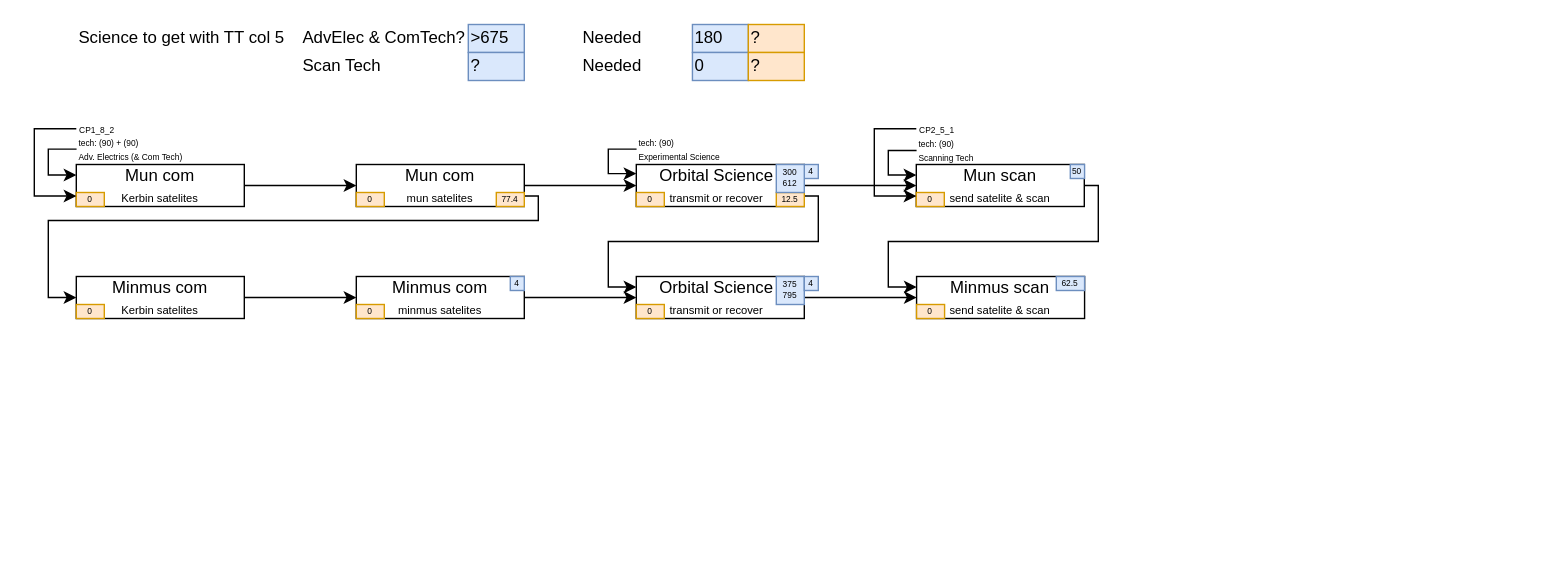
SaphireFalcon/real_career keeps this draw.io diagram as doc/CP4 contracts.drawio. Above is the earlier version. Source tidied: cells renumbered, new cells numbered last; positions are measured from the earlier drawing's top-left corner, leaving out a move shared by most shapes. Both pictures are drawn from the tidied source at 140%, with x=0, y=0 at pixel (34, 24).
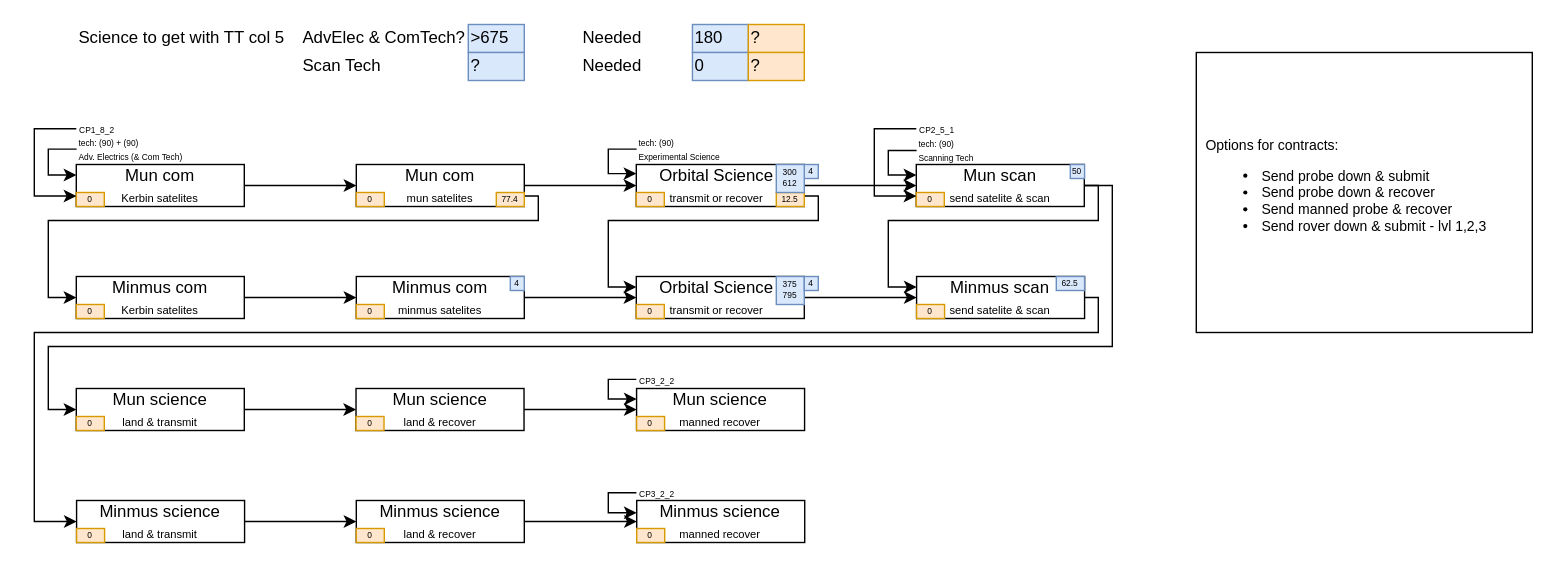
After the change.

The change refers to these unchanged cells:
```xml
<mxCell id="19" value="Orbital Science&lt;br&gt;&lt;span style=&quot;font-size: 8px&quot;&gt;transmit or recover&lt;/span&gt;" style="rounded=0;whiteSpace=wrap;html=1;spacingLeft=-5;" parent="1" vertex="1">
  <mxGeometry x="430" y="100" width="120" height="30" as="geometry" />
</mxCell>
<mxCell id="22" value="Orbital Science&lt;br&gt;&lt;span style=&quot;font-size: 8px&quot;&gt;transmit or recover&lt;/span&gt;" style="rounded=0;whiteSpace=wrap;html=1;spacingLeft=-5;" parent="1" vertex="1">
  <mxGeometry x="430" y="180" width="120" height="30" as="geometry" />
</mxCell>
<mxCell id="25" value="Mun scan&lt;br&gt;&lt;span style=&quot;font-size: 8px&quot;&gt;send satelite &amp;amp; scan&lt;/span&gt;" style="rounded=0;whiteSpace=wrap;html=1;" parent="1" vertex="1">
  <mxGeometry x="630" y="100" width="120" height="30" as="geometry" />
</mxCell>
<mxCell id="29" value="Minmus scan&lt;br&gt;&lt;span style=&quot;font-size: 8px&quot;&gt;send satelite &amp;amp; scan&lt;/span&gt;" style="rounded=0;whiteSpace=wrap;html=1;" parent="1" vertex="1">
  <mxGeometry x="630.2" y="180" width="120" height="30" as="geometry" />
</mxCell>
```

Diff of the diagram source:
```diff
@@
     <mxCell id="18" style="edgeStyle=orthogonalEdgeStyle;rounded=0;jettySize=auto;html=1;exitX=1;exitY=0.75;exitDx=0;exitDy=0;entryX=0;entryY=0.25;entryDx=0;entryDy=0;" parent="1" edge="1" source="19" target="22">
       <mxGeometry relative="1" as="geometry">
         <Array as="points">
           <mxPoint x="560" y="123" />
-          <mxPoint x="560" y="155" />
-          <mxPoint x="410" y="155" />
+          <mxPoint x="560" y="140" />
+          <mxPoint x="410" y="140" />
           <mxPoint x="410" y="187" />
         </Array>
       </mxGeometry>
     </mxCell>
@@
     <mxCell id="24" style="edgeStyle=orthogonalEdgeStyle;rounded=0;jettySize=auto;html=1;exitX=1;exitY=0.5;exitDx=0;exitDy=0;entryX=0;entryY=0.25;entryDx=0;entryDy=0;" parent="1" edge="1" source="25" target="29">
       <mxGeometry relative="1" as="geometry">
         <Array as="points">
           <mxPoint x="760" y="115" />
-          <mxPoint x="760" y="155" />
-          <mxPoint x="610" y="155" />
+          <mxPoint x="760" y="140" />
+          <mxPoint x="610" y="140" />
           <mxPoint x="610" y="187" />
         </Array>
       </mxGeometry>
     </mxCell>
+    <mxCell id="57" style="edgeStyle=orthogonalEdgeStyle;rounded=0;jettySize=auto;html=1;exitX=1;exitY=0.5;exitDx=0;exitDy=0;entryX=0;entryY=0.5;entryDx=0;entryDy=0;" parent="1" edge="1" source="25" target="64">
+      <mxGeometry relative="1" as="geometry">
+        <Array as="points">
+          <mxPoint x="770" y="115" />
+          <mxPoint x="770" y="230" />
+          <mxPoint x="10" y="230" />
+          <mxPoint x="10" y="275" />
+        </Array>
+      </mxGeometry>
+    </mxCell>
@@
+    <mxCell id="58" style="edgeStyle=orthogonalEdgeStyle;rounded=0;jettySize=auto;html=1;exitX=1;exitY=0.5;exitDx=0;exitDy=0;entryX=0;entryY=0.5;entryDx=0;entryDy=0;" parent="1" edge="1" source="29" target="61">
+      <mxGeometry relative="1" as="geometry">
+        <Array as="points">
+          <mxPoint x="760" y="195" />
+          <mxPoint x="760" y="220" />
+          <mxPoint y="220" />
+          <mxPoint y="355" />
+        </Array>
+      </mxGeometry>
+    </mxCell>
@@
+    <mxCell id="59" value="&lt;font style=&quot;font-size: 10px&quot;&gt;Options for contracts:&lt;br style=&quot;font-size: 10px&quot;&gt;&lt;/font&gt;&lt;ul style=&quot;font-size: 10px&quot;&gt;&lt;li style=&quot;font-size: 10px&quot;&gt;Send probe down &amp;amp; submit&lt;/li&gt;&lt;li style=&quot;font-size: 10px&quot;&gt;Send probe down &amp;amp; recover&lt;/li&gt;&lt;li&gt;Send manned probe &amp;amp; recover&lt;/li&gt;&lt;li&gt;Send rover down &amp;amp; submit - lvl 1,2,3&lt;/li&gt;&lt;/ul&gt;" style="rounded=0;whiteSpace=wrap;html=1;align=left;fontSize=10;spacingLeft=5;" parent="1" vertex="1">
+      <mxGeometry x="830" y="20" width="240" height="200" as="geometry" />
+    </mxCell>
+    <mxCell id="60" style="edgeStyle=orthogonalEdgeStyle;rounded=0;jettySize=auto;html=1;exitX=1;exitY=0.5;exitDx=0;exitDy=0;entryX=0;entryY=0.5;entryDx=0;entryDy=0;" parent="1" edge="1" source="61" target="67">
+      <mxGeometry relative="1" as="geometry" />
+    </mxCell>
+    <mxCell id="61" value="Minmus science&lt;br&gt;&lt;span style=&quot;font-size: 8px&quot;&gt;land &amp;amp; transmit&lt;/span&gt;" style="rounded=0;whiteSpace=wrap;html=1;" parent="1" vertex="1">
+      <mxGeometry x="30.2" y="340" width="120" height="30" as="geometry" />
+    </mxCell>
+    <mxCell id="62" value="0" style="text;html=1;strokeColor=#d79b00;fillColor=#ffe6cc;align=center;verticalAlign=middle;whiteSpace=wrap;rounded=0;fontSize=6;" parent="1" vertex="1">
+      <mxGeometry x="30.2" y="360" width="20" height="10" as="geometry" />
+    </mxCell>
+    <mxCell id="63" style="edgeStyle=orthogonalEdgeStyle;rounded=0;jettySize=auto;html=1;exitX=1;exitY=0.5;exitDx=0;exitDy=0;entryX=0;entryY=0.5;entryDx=0;entryDy=0;" parent="1" edge="1" source="64" target="70">
+      <mxGeometry relative="1" as="geometry" />
+    </mxCell>
+    <mxCell id="64" value="Mun science&lt;br&gt;&lt;span style=&quot;font-size: 8px&quot;&gt;land &amp;amp; transmit&lt;/span&gt;" style="rounded=0;whiteSpace=wrap;html=1;" parent="1" vertex="1">
+      <mxGeometry x="30" y="260" width="120" height="30" as="geometry" />
+    </mxCell>
+    <mxCell id="65" value="0" style="text;html=1;strokeColor=#d79b00;fillColor=#ffe6cc;align=center;verticalAlign=middle;whiteSpace=wrap;rounded=0;fontSize=6;" parent="1" vertex="1">
+      <mxGeometry x="30" y="280" width="20" height="10" as="geometry" />
+    </mxCell>
+    <mxCell id="66" style="edgeStyle=orthogonalEdgeStyle;rounded=0;jettySize=auto;html=1;exitX=1;exitY=0.5;exitDx=0;exitDy=0;entryX=0;entryY=0.5;entryDx=0;entryDy=0;" parent="1" edge="1" source="67" target="72">
+      <mxGeometry relative="1" as="geometry" />
+    </mxCell>
+    <mxCell id="67" value="Minmus science&lt;br&gt;&lt;span style=&quot;font-size: 8px&quot;&gt;land &amp;amp; recover&lt;/span&gt;" style="rounded=0;whiteSpace=wrap;html=1;" parent="1" vertex="1">
+      <mxGeometry x="230" y="340" width="120" height="30" as="geometry" />
+    </mxCell>
+    <mxCell id="68" value="0" style="text;html=1;strokeColor=#d79b00;fillColor=#ffe6cc;align=center;verticalAlign=middle;whiteSpace=wrap;rounded=0;fontSize=6;" parent="1" vertex="1">
+      <mxGeometry x="230" y="360" width="20" height="10" as="geometry" />
+    </mxCell>
+    <mxCell id="69" style="edgeStyle=orthogonalEdgeStyle;rounded=0;jettySize=auto;html=1;exitX=1;exitY=0.5;exitDx=0;exitDy=0;entryX=0;entryY=0.5;entryDx=0;entryDy=0;" parent="1" edge="1" source="70" target="74">
+      <mxGeometry relative="1" as="geometry" />
+    </mxCell>
+    <mxCell id="70" value="Mun science&lt;br&gt;&lt;span style=&quot;font-size: 8px&quot;&gt;land &amp;amp; recover&lt;/span&gt;" style="rounded=0;whiteSpace=wrap;html=1;" parent="1" vertex="1">
+      <mxGeometry x="229.8" y="260" width="120" height="30" as="geometry" />
+    </mxCell>
+    <mxCell id="71" value="0" style="text;html=1;strokeColor=#d79b00;fillColor=#ffe6cc;align=center;verticalAlign=middle;whiteSpace=wrap;rounded=0;fontSize=6;" parent="1" vertex="1">
+      <mxGeometry x="229.8" y="280" width="20" height="10" as="geometry" />
+    </mxCell>
+    <mxCell id="72" value="Minmus science&lt;br&gt;&lt;span style=&quot;font-size: 8px&quot;&gt;manned recover&lt;/span&gt;" style="rounded=0;whiteSpace=wrap;html=1;" parent="1" vertex="1">
+      <mxGeometry x="430.3" y="340" width="120" height="30" as="geometry" />
+    </mxCell>
+    <mxCell id="73" value="0" style="text;html=1;strokeColor=#d79b00;fillColor=#ffe6cc;align=center;verticalAlign=middle;whiteSpace=wrap;rounded=0;fontSize=6;" parent="1" vertex="1">
+      <mxGeometry x="430.3" y="360" width="20" height="10" as="geometry" />
+    </mxCell>
+    <mxCell id="74" value="Mun science&lt;br&gt;&lt;span style=&quot;font-size: 8px&quot;&gt;manned recover&lt;/span&gt;" style="rounded=0;whiteSpace=wrap;html=1;" parent="1" vertex="1">
+      <mxGeometry x="430.2" y="260" width="120" height="30" as="geometry" />
+    </mxCell>
+    <mxCell id="75" value="0" style="text;html=1;strokeColor=#d79b00;fillColor=#ffe6cc;align=center;verticalAlign=middle;whiteSpace=wrap;rounded=0;fontSize=6;" parent="1" vertex="1">
+      <mxGeometry x="430.2" y="280" width="20" height="10" as="geometry" />
+    </mxCell>
+    <mxCell id="76" style="edgeStyle=orthogonalEdgeStyle;rounded=0;jettySize=auto;html=1;exitX=0;exitY=0.5;exitDx=0;exitDy=0;entryX=0;entryY=0.25;entryDx=0;entryDy=0;" parent="1" edge="1" source="77" target="74">
+      <mxGeometry relative="1" as="geometry">
+        <Array as="points">
+          <mxPoint x="410" y="254" />
+          <mxPoint x="410" y="267" />
+        </Array>
+      </mxGeometry>
+    </mxCell>
+    <mxCell id="77" value="&lt;span style=&quot;font-size: 6px ; text-align: left&quot;&gt;CP3_2_2&lt;/span&gt;" style="text;html=1;strokeColor=none;fillColor=none;align=center;verticalAlign=middle;whiteSpace=wrap;rounded=0;fontSize=8;" parent="1" vertex="1">
+      <mxGeometry x="430" y="249" width="30" height="9" as="geometry" />
+    </mxCell>
+    <mxCell id="78" style="edgeStyle=orthogonalEdgeStyle;rounded=0;jettySize=auto;html=1;exitX=0;exitY=0.5;exitDx=0;exitDy=0;entryX=0;entryY=0.25;entryDx=0;entryDy=0;" parent="1" edge="1" source="79">
+      <mxGeometry relative="1" as="geometry">
+        <mxPoint x="430.2" y="348.8" as="targetPoint" />
+        <Array as="points">
+          <mxPoint x="410" y="334.3" />
+          <mxPoint x="410" y="348.3" />
+        </Array>
+      </mxGeometry>
+    </mxCell>
+    <mxCell id="79" value="&lt;span style=&quot;font-size: 6px ; text-align: left&quot;&gt;CP3_2_2&lt;/span&gt;" style="text;html=1;strokeColor=none;fillColor=none;align=center;verticalAlign=middle;whiteSpace=wrap;rounded=0;fontSize=8;" parent="1" vertex="1">
+      <mxGeometry x="430.1" y="330" width="30" height="9" as="geometry" />
+    </mxCell>
```
